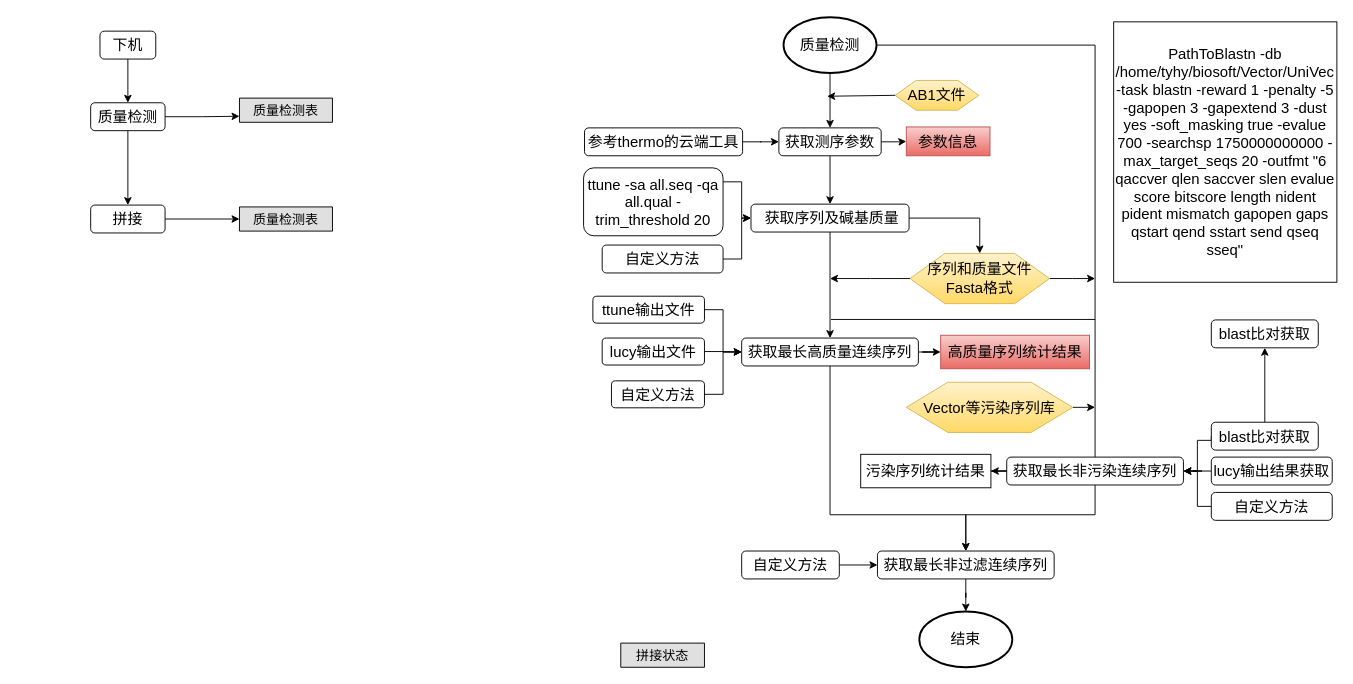
Earlier version of the draw.io diagram doc/FlowChat.drawio (lry198010/SangerSequenceAnalysis). Source tidied: cells renumbered, new cells numbered last; positions are measured from the earlier drawing's top-left corner, leaving out a move shared by most shapes. Both pictures are drawn from the tidied source at 93%, with x=0, y=0 at pixel (90, 17).
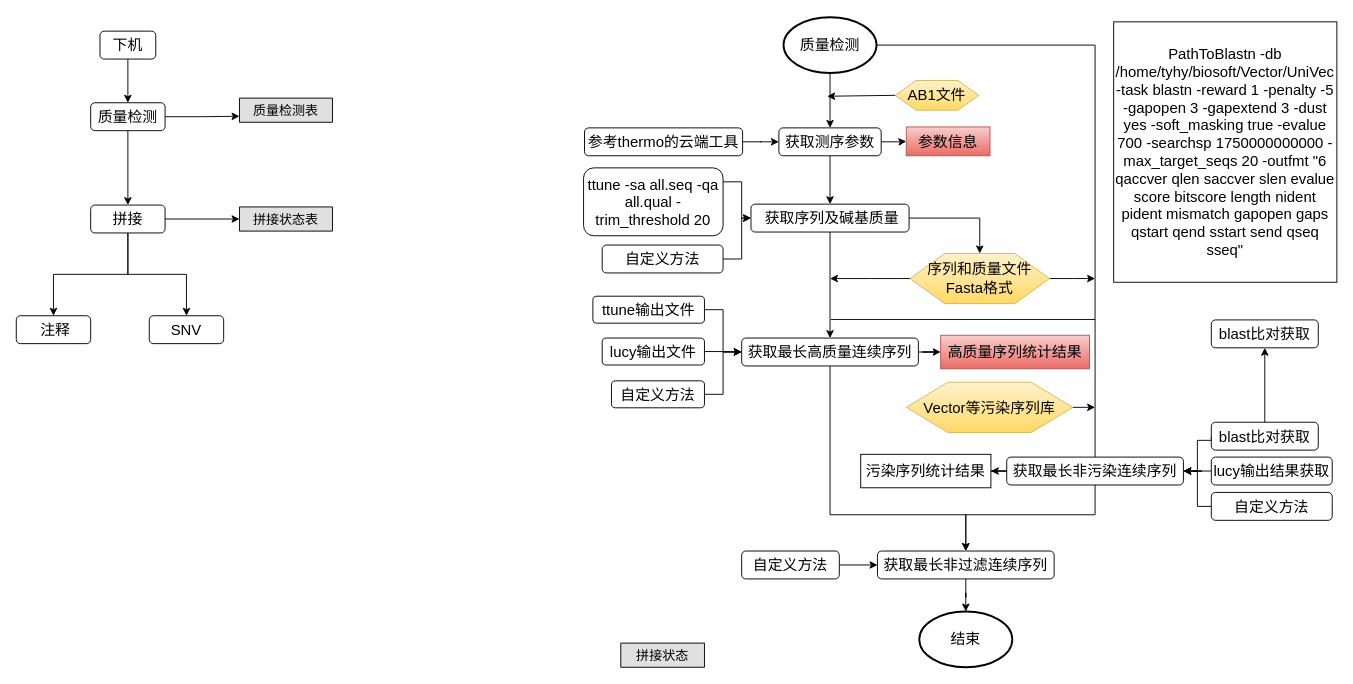
After the change.

Commit message:
Add Annotations and SNV! FlowChat.drawio

Unchanged cells that the change refers to:
```xml
<mxCell id="8" value="拼接" style="rounded=1;whiteSpace=wrap;html=1;fontSize=16;" parent="1" vertex="1">
  <mxGeometry y="202" width="80" height="30" as="geometry" />
</mxCell>
```

Diff of the diagram source:
```diff
@@
+    <mxCell id="64" style="edgeStyle=orthogonalEdgeStyle;rounded=0;jettySize=auto;html=1;" parent="1" edge="1" source="8" target="66">
+      <mxGeometry relative="1" as="geometry" />
+    </mxCell>
+    <mxCell id="65" style="edgeStyle=orthogonalEdgeStyle;rounded=0;jettySize=auto;html=1;entryX=0.5;entryY=0;entryDx=0;entryDy=0;" parent="1" edge="1" source="8" target="67">
+      <mxGeometry relative="1" as="geometry" />
+    </mxCell>
@@
+    <mxCell id="66" value="&amp;nbsp;注释" style="rounded=1;whiteSpace=wrap;html=1;fontSize=16;" parent="1" vertex="1">
+      <mxGeometry x="-80" y="321" width="80" height="30" as="geometry" />
+    </mxCell>
@@
-    <mxCell id="62" value="质量检测表" style="swimlane;fontStyle=0;horizontal=1;startSize=26;fillColor=#e0e0e0;swimlaneFillColor=#ffffff;align=center;fontSize=14;" parent="1" vertex="1" collapsed="1">
+    <mxCell id="62" value="拼接状态表" style="swimlane;fontStyle=0;horizontal=1;startSize=26;fillColor=#e0e0e0;swimlaneFillColor=#ffffff;align=center;fontSize=14;" parent="1" vertex="1" collapsed="1">
       <mxGeometry x="160" y="204" width="100" height="26" as="geometry" />
     </mxCell>
@@
+    <mxCell id="67" value="SNV" style="rounded=1;whiteSpace=wrap;html=1;fontSize=16;" parent="1" vertex="1">
+      <mxGeometry x="63" y="321" width="80" height="30" as="geometry" />
+    </mxCell>
```
